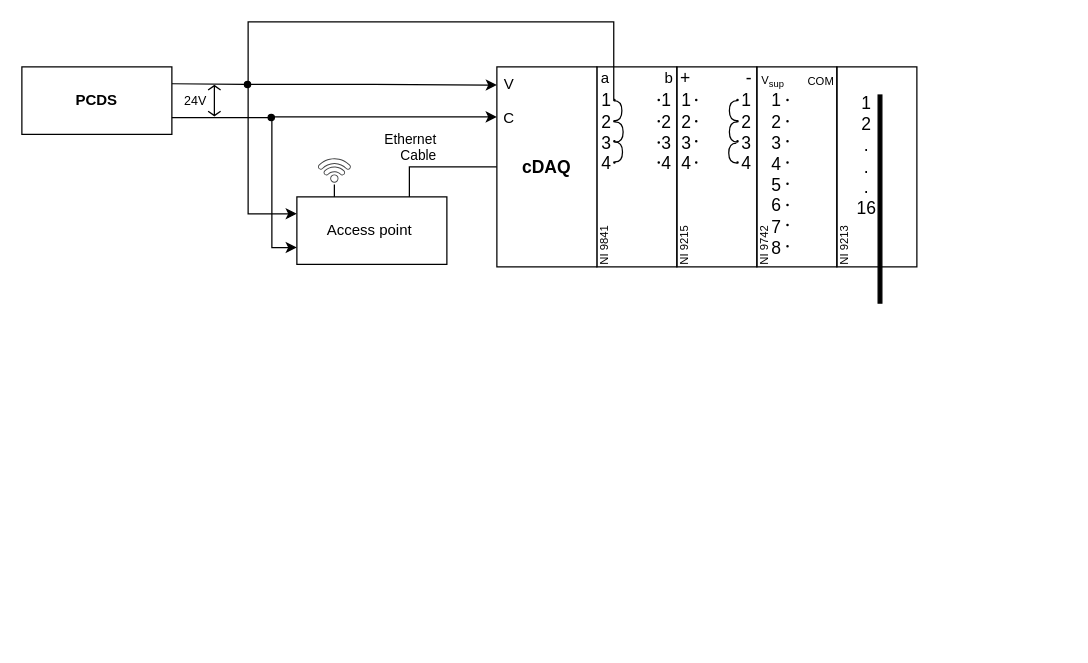
Before: Ele_Layout.drawio in AnuragMTP/Figures-thesis, a draw.io diagram. Source tidied: cells renumbered, new cells numbered last; positions are measured from the earlier drawing's top-left corner, leaving out a move shared by most shapes. Both pictures are drawn from the tidied source at 125%, with x=0, y=0 at pixel (21, 21).
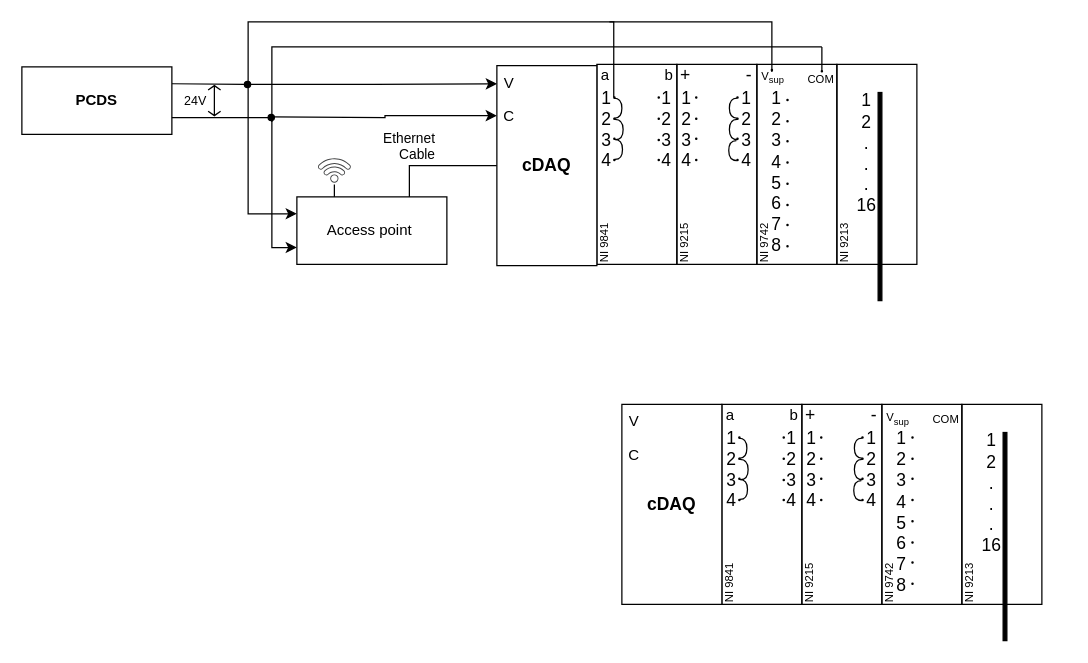
The same page after the edit.

Unchanged cells that the change refers to:
```xml
<mxCell id="17" style="group;" parent="1" vertex="1">
  <mxGeometry x="360" y="30" width="375" height="195" as="geometry" />
</mxCell>
<mxCell id="74" style="group;" parent="73" vertex="1">
  <mxGeometry y="3" width="80" height="161" as="geometry" />
</mxCell>
```

Change to the diagram source:
```diff
@@
     <mxCell id="18" style="group;" parent="17" vertex="1">
-      <mxGeometry width="375" height="195" as="geometry" />
+      <mxGeometry y="-1" width="375" height="195" as="geometry" />
     </mxCell>
     <mxCell id="19" style="group;" parent="18" vertex="1">
-      <mxGeometry x="84" width="291" height="195" as="geometry" />
+      <mxGeometry x="84" y="-1" width="291" height="195" as="geometry" />
     </mxCell>
@@
     <mxCell id="76" value="&lt;div style=&quot;text-align: center; font-size: 9px;&quot;&gt;&lt;span style=&quot;background-color: initial;&quot;&gt;V&lt;/span&gt;&lt;sub style=&quot;background-color: initial;&quot;&gt;sup&lt;/sub&gt;&lt;/div&gt;" style="text;html=1;strokeColor=none;fillColor=none;align=left;verticalAlign=middle;whiteSpace=wrap;rounded=0;" parent="74" vertex="1">
-      <mxGeometry x="18" y="-2" width="48" height="30" as="geometry" />
+      <mxGeometry x="18" y="-3" width="48" height="30" as="geometry" />
     </mxCell>
@@
+    <mxCell id="106" style="ellipse;whiteSpace=wrap;html=1;fillColor=#000000;" parent="74" vertex="1">
+      <mxGeometry x="27.5" y="5" width="1" height="1" as="geometry" />
+    </mxCell>
@@
+    <mxCell id="107" style="group;" parent="1" vertex="1">
+      <mxGeometry x="460" y="300" width="375" height="195" as="geometry" />
+    </mxCell>
+    <mxCell id="108" style="group;" parent="107" vertex="1">
+      <mxGeometry width="375" height="195" as="geometry" />
+    </mxCell>
+    <mxCell id="109" style="group;" parent="108" vertex="1">
+      <mxGeometry x="84" width="291" height="195" as="geometry" />
+    </mxCell>
+    <mxCell id="110" style="group;" parent="109" vertex="1">
+      <mxGeometry width="99" height="166" as="geometry" />
+    </mxCell>
+    <mxCell id="111" style="group;" parent="110" vertex="1">
+      <mxGeometry width="99" height="166" as="geometry" />
+    </mxCell>
+    <mxCell id="112" style="group;" parent="111" vertex="1">
+      <mxGeometry y="5" width="99" height="161" as="geometry" />
+    </mxCell>
+    <mxCell id="113" style="rounded=0;whiteSpace=wrap;html=1;labelPosition=center;verticalLabelPosition=middle;align=center;verticalAlign=middle;fillColor=none;" parent="112" vertex="1">
+      <mxGeometry x="16" y="1" width="64" height="160" as="geometry" />
+    </mxCell>
+    <mxCell id="114" style="group;" parent="112" vertex="1">
+      <mxGeometry x="-1" y="-5" width="98" height="75" as="geometry" />
+    </mxCell>
+    <mxCell id="115" value="&lt;font style=&quot;&quot;&gt;&lt;span style=&quot;font-size: 14px;&quot;&gt;1&lt;/span&gt;&lt;br&gt;&lt;span style=&quot;font-size: 14px;&quot;&gt;2&lt;/span&gt;&lt;br&gt;&lt;span style=&quot;font-size: 14px;&quot;&gt;3&lt;/span&gt;&lt;br&gt;&lt;div style=&quot;text-align: left;&quot;&gt;&lt;span style=&quot;font-size: 14px;&quot;&gt;4&lt;/span&gt;&lt;/div&gt;&lt;/font&gt;" style="text;html=1;strokeColor=none;fillColor=none;align=center;verticalAlign=middle;whiteSpace=wrap;rounded=0;" parent="114" vertex="1">
+      <mxGeometry x="1" y="43" width="48" height="30" as="geometry" />
+    </mxCell>
+    <mxCell id="116" value="a" style="text;html=1;strokeColor=none;fillColor=none;align=center;verticalAlign=middle;whiteSpace=wrap;rounded=0;" parent="114" vertex="1">
+      <mxGeometry width="48" height="30" as="geometry" />
+    </mxCell>
+    <mxCell id="117" value="&lt;font style=&quot;font-size: 14px;&quot;&gt;1&lt;br&gt;2&lt;br&gt;3&lt;br&gt;4&lt;/font&gt;" style="text;html=1;strokeColor=none;fillColor=none;align=center;verticalAlign=middle;whiteSpace=wrap;rounded=0;" parent="114" vertex="1">
+      <mxGeometry x="49" y="43" width="48" height="30" as="geometry" />
+    </mxCell>
+    <mxCell id="118" style="edgeStyle=elbowEdgeStyle;rounded=0;orthogonalLoop=1;jettySize=auto;html=1;exitX=0.75;exitY=0;exitDx=0;exitDy=0;fontSize=14;fontColor=none;endArrow=none;endFill=0;" parent="114" edge="1" source="115" target="115">
+      <mxGeometry relative="1" as="geometry" />
+    </mxCell>
+    <mxCell id="119" style="group;" parent="114" vertex="1">
+      <mxGeometry x="30.5" y="32" width="1" height="51" as="geometry" />
+    </mxCell>
+    <mxCell id="120" style="group;" parent="119" vertex="1">
+      <mxGeometry width="1" height="18" as="geometry" />
+    </mxCell>
+    <mxCell id="121" style="ellipse;whiteSpace=wrap;html=1;fillColor=#000000;" parent="120" vertex="1">
+      <mxGeometry width="1" height="1" as="geometry" />
+    </mxCell>
+    <mxCell id="122" style="ellipse;whiteSpace=wrap;html=1;fillColor=#000000;" parent="120" vertex="1">
+      <mxGeometry y="17" width="1" height="1" as="geometry" />
+    </mxCell>
+    <mxCell id="123" style="edgeStyle=orthogonalEdgeStyle;curved=1;rounded=0;jettySize=auto;html=1;exitX=1;exitY=0;exitDx=0;exitDy=0;entryX=0.5;entryY=1;entryDx=0;entryDy=0;fontSize=14;fontColor=none;endArrow=none;endFill=0;" parent="119" edge="1" source="124" target="125">
+      <mxGeometry relative="1" as="geometry">
+        <Array as="points">
+          <mxPoint x="7" y="50" />
+          <mxPoint x="7" y="34" />
+        </Array>
+      </mxGeometry>
+    </mxCell>
+    <mxCell id="124" style="ellipse;whiteSpace=wrap;html=1;fillColor=#000000;" parent="119" vertex="1">
+      <mxGeometry y="50" width="1" height="1" as="geometry" />
+    </mxCell>
+    <mxCell id="125" style="ellipse;whiteSpace=wrap;html=1;fillColor=#000000;" parent="119" vertex="1">
+      <mxGeometry y="33" width="1" height="1" as="geometry" />
+    </mxCell>
+    <mxCell id="126" style="edgeStyle=orthogonalEdgeStyle;curved=1;rounded=0;orthogonalLoop=1;jettySize=auto;html=1;exitX=1;exitY=0;exitDx=0;exitDy=0;entryX=0.5;entryY=1;entryDx=0;entryDy=0;fontSize=14;fontColor=none;endArrow=none;endFill=0;" parent="114" edge="1">
+      <mxGeometry relative="1" as="geometry">
+        <mxPoint x="31.9" y="66.1" as="sourcePoint" />
+        <mxPoint x="31.5" y="49.9" as="targetPoint" />
+        <Array as="points">
+          <mxPoint x="38" y="65.9" />
+          <mxPoint x="38" y="49.9" />
+        </Array>
+      </mxGeometry>
+    </mxCell>
+    <mxCell id="127" style="edgeStyle=orthogonalEdgeStyle;curved=1;rounded=0;orthogonalLoop=1;jettySize=auto;html=1;exitX=1;exitY=0;exitDx=0;exitDy=0;entryX=0.5;entryY=1;entryDx=0;entryDy=0;fontSize=14;fontColor=none;endArrow=none;endFill=0;" parent="114" edge="1">
+      <mxGeometry relative="1" as="geometry">
+        <mxPoint x="30.9" y="49.1" as="sourcePoint" />
+        <mxPoint x="30.5" y="33" as="targetPoint" />
+        <Array as="points">
+          <mxPoint x="37" y="49" />
+          <mxPoint x="37" y="33" />
+        </Array>
+      </mxGeometry>
+    </mxCell>
+    <mxCell id="128" value="&lt;font style=&quot;font-size: 9px;&quot;&gt;NI 9841&lt;/font&gt;" style="text;html=1;strokeColor=none;fillColor=none;align=center;verticalAlign=top;whiteSpace=wrap;rounded=0;fontSize=12;fontColor=none;rotation=270;flipV=1;flipH=1;direction=west;horizontal=1;textDirection=ltr;" parent="112" vertex="1">
+      <mxGeometry x="-8" y="129" width="60" height="30" as="geometry" />
+    </mxCell>
+    <mxCell id="129" style="group;" parent="112" vertex="1">
+      <mxGeometry x="65" y="27" width="1" height="51" as="geometry" />
+    </mxCell>
+    <mxCell id="130" style="group;" parent="129" vertex="1">
+      <mxGeometry width="1" height="18" as="geometry" />
+    </mxCell>
+    <mxCell id="131" style="ellipse;whiteSpace=wrap;html=1;fillColor=#000000;" parent="130" vertex="1">
+      <mxGeometry width="1" height="1" as="geometry" />
+    </mxCell>
+    <mxCell id="132" style="ellipse;whiteSpace=wrap;html=1;fillColor=#000000;" parent="130" vertex="1">
+      <mxGeometry y="17" width="1" height="1" as="geometry" />
+    </mxCell>
+    <mxCell id="133" style="ellipse;whiteSpace=wrap;html=1;fillColor=#000000;" parent="129" vertex="1">
+      <mxGeometry y="50" width="1" height="1" as="geometry" />
+    </mxCell>
+    <mxCell id="134" style="ellipse;whiteSpace=wrap;html=1;fillColor=#000000;" parent="129" vertex="1">
+      <mxGeometry y="34" width="1" height="1" as="geometry" />
+    </mxCell>
+    <mxCell id="135" value="b" style="text;html=1;strokeColor=none;fillColor=none;align=center;verticalAlign=middle;whiteSpace=wrap;rounded=0;" parent="111" vertex="1">
+      <mxGeometry x="50" width="48" height="30" as="geometry" />
+    </mxCell>
+    <mxCell id="136" style="group;" parent="109" vertex="1">
+      <mxGeometry x="64" width="99" height="185" as="geometry" />
+    </mxCell>
+    <mxCell id="137" style="group;" parent="136" vertex="1">
+      <mxGeometry width="99" height="185" as="geometry" />
+    </mxCell>
+    <mxCell id="138" style="group;" parent="137" vertex="1">
+      <mxGeometry y="5" width="99" height="180" as="geometry" />
+    </mxCell>
+    <mxCell id="139" style="rounded=0;whiteSpace=wrap;html=1;labelPosition=center;verticalLabelPosition=middle;align=center;verticalAlign=middle;fillColor=none;" parent="138" vertex="1">
+      <mxGeometry x="16" y="1" width="64" height="160" as="geometry" />
+    </mxCell>
+    <mxCell id="140" style="group;" parent="138" vertex="1">
+      <mxGeometry x="-1" y="-5" width="98" height="75" as="geometry" />
+    </mxCell>
+    <mxCell id="141" value="&lt;font style=&quot;&quot;&gt;&lt;span style=&quot;font-size: 14px;&quot;&gt;1&lt;/span&gt;&lt;br&gt;&lt;span style=&quot;font-size: 14px;&quot;&gt;2&lt;/span&gt;&lt;br&gt;&lt;span style=&quot;font-size: 14px;&quot;&gt;3&lt;/span&gt;&lt;br&gt;&lt;div style=&quot;text-align: left;&quot;&gt;&lt;span style=&quot;font-size: 14px;&quot;&gt;4&lt;/span&gt;&lt;/div&gt;&lt;/font&gt;" style="text;html=1;strokeColor=none;fillColor=none;align=center;verticalAlign=middle;whiteSpace=wrap;rounded=0;" parent="140" vertex="1">
+      <mxGeometry x="1" y="43" width="48" height="30" as="geometry" />
+    </mxCell>
+    <mxCell id="142" value="&lt;font style=&quot;font-size: 14px;&quot;&gt;+&lt;/font&gt;" style="text;html=1;strokeColor=none;fillColor=none;align=center;verticalAlign=middle;whiteSpace=wrap;rounded=0;" parent="140" vertex="1">
+      <mxGeometry width="48" height="30" as="geometry" />
+    </mxCell>
+    <mxCell id="143" value="&lt;font style=&quot;font-size: 14px;&quot;&gt;1&lt;br&gt;2&lt;br&gt;3&lt;br&gt;4&lt;/font&gt;" style="text;html=1;strokeColor=none;fillColor=none;align=center;verticalAlign=middle;whiteSpace=wrap;rounded=0;" parent="140" vertex="1">
+      <mxGeometry x="49" y="43" width="48" height="30" as="geometry" />
+    </mxCell>
+    <mxCell id="144" style="edgeStyle=elbowEdgeStyle;rounded=0;orthogonalLoop=1;jettySize=auto;html=1;exitX=0.75;exitY=0;exitDx=0;exitDy=0;fontSize=14;fontColor=none;endArrow=none;endFill=0;" parent="140" edge="1" source="141" target="141">
+      <mxGeometry relative="1" as="geometry" />
+    </mxCell>
+    <mxCell id="145" style="edgeStyle=orthogonalEdgeStyle;curved=1;rounded=0;orthogonalLoop=1;jettySize=auto;html=1;exitX=1;exitY=0;exitDx=0;exitDy=0;entryX=0.5;entryY=1;entryDx=0;entryDy=0;fontSize=14;fontColor=none;endArrow=none;endFill=0;" parent="140" edge="1">
+      <mxGeometry relative="1" as="geometry">
+        <mxPoint x="65.1" y="49.9" as="sourcePoint" />
+        <mxPoint x="65.5" y="66.1" as="targetPoint" />
+        <Array as="points">
+          <mxPoint x="59" y="50.1" />
+          <mxPoint x="59" y="66.1" />
+        </Array>
+      </mxGeometry>
+    </mxCell>
+    <mxCell id="146" value="&lt;font style=&quot;font-size: 9px;&quot;&gt;NI 9215&lt;/font&gt;" style="text;html=1;strokeColor=none;fillColor=none;align=center;verticalAlign=top;whiteSpace=wrap;rounded=0;fontSize=12;fontColor=none;rotation=270;flipV=1;flipH=1;direction=west;horizontal=1;textDirection=ltr;" parent="138" vertex="1">
+      <mxGeometry x="-8" y="129" width="60" height="30" as="geometry" />
+    </mxCell>
+    <mxCell id="147" style="group;" parent="138" vertex="1">
+      <mxGeometry x="31" y="27" width="1" height="51" as="geometry" />
+    </mxCell>
+    <mxCell id="148" style="group;" parent="147" vertex="1">
+      <mxGeometry width="1" height="18" as="geometry" />
+    </mxCell>
+    <mxCell id="149" style="ellipse;whiteSpace=wrap;html=1;fillColor=#000000;" parent="148" vertex="1">
+      <mxGeometry width="1" height="1" as="geometry" />
+    </mxCell>
+    <mxCell id="150" style="ellipse;whiteSpace=wrap;html=1;fillColor=#000000;" parent="148" vertex="1">
+      <mxGeometry y="17" width="1" height="1" as="geometry" />
+    </mxCell>
+    <mxCell id="151" style="ellipse;whiteSpace=wrap;html=1;fillColor=#000000;" parent="147" vertex="1">
+      <mxGeometry y="50" width="1" height="1" as="geometry" />
+    </mxCell>
+    <mxCell id="152" style="ellipse;whiteSpace=wrap;html=1;fillColor=#000000;" parent="147" vertex="1">
+      <mxGeometry y="33" width="1" height="1" as="geometry" />
+    </mxCell>
+    <mxCell id="153" style="edgeStyle=orthogonalEdgeStyle;curved=1;rounded=0;orthogonalLoop=1;jettySize=auto;html=1;exitX=1;exitY=0;exitDx=0;exitDy=0;entryX=0.5;entryY=1;entryDx=0;entryDy=0;fontSize=14;fontColor=none;endArrow=none;endFill=0;" parent="138" edge="1">
+      <mxGeometry relative="1" as="geometry">
+        <mxPoint x="64.1" y="28" as="sourcePoint" />
+        <mxPoint x="64.5" y="44.1" as="targetPoint" />
+        <Array as="points">
+          <mxPoint x="58" y="28.1" />
+          <mxPoint x="58" y="44.1" />
+        </Array>
+      </mxGeometry>
+    </mxCell>
+    <mxCell id="154" value="&lt;font style=&quot;font-size: 14px;&quot;&gt;-&lt;/font&gt;" style="text;html=1;strokeColor=none;fillColor=none;align=center;verticalAlign=middle;whiteSpace=wrap;rounded=0;" parent="137" vertex="1">
+      <mxGeometry x="50" width="48" height="30" as="geometry" />
+    </mxCell>
+    <mxCell id="155" style="group;" parent="109" vertex="1">
+      <mxGeometry x="192" width="99" height="195" as="geometry" />
+    </mxCell>
+    <mxCell id="156" style="group;" parent="155" vertex="1">
+      <mxGeometry width="99" height="195" as="geometry" />
+    </mxCell>
+    <mxCell id="157" style="group;" parent="156" vertex="1">
+      <mxGeometry y="5" width="99" height="190" as="geometry" />
+    </mxCell>
+    <mxCell id="158" value="&lt;font style=&quot;font-size: 9px;&quot;&gt;NI 9213&lt;/font&gt;" style="text;html=1;strokeColor=none;fillColor=none;align=center;verticalAlign=top;whiteSpace=wrap;rounded=0;fontSize=12;fontColor=none;rotation=270;flipV=1;flipH=1;direction=west;horizontal=1;textDirection=ltr;" parent="157" vertex="1">
+      <mxGeometry x="-8" y="129" width="60" height="30" as="geometry" />
+    </mxCell>
+    <mxCell id="159" value="&lt;font style=&quot;font-size: 14px;&quot;&gt;1&lt;br&gt;2&lt;br&gt;.&lt;br&gt;.&lt;br&gt;.&lt;br&gt;16&lt;br&gt;&lt;/font&gt;" style="text;html=1;strokeColor=none;fillColor=none;align=center;verticalAlign=middle;whiteSpace=wrap;rounded=0;" parent="157" vertex="1">
+      <mxGeometry x="16" y="56.5" width="48" height="30" as="geometry" />
+    </mxCell>
+    <mxCell id="160" style="group;" parent="157" vertex="1">
+      <mxGeometry x="16" y="1" width="64" height="189" as="geometry" />
+    </mxCell>
+    <mxCell id="161" style="rounded=0;whiteSpace=wrap;html=1;labelPosition=center;verticalLabelPosition=middle;align=center;verticalAlign=middle;fillColor=none;" parent="160" vertex="1">
+      <mxGeometry width="64" height="160" as="geometry" />
+    </mxCell>
+    <mxCell id="162" style="rounded=0;whiteSpace=wrap;html=1;fontSize=14;fontColor=none;fillColor=#000000;gradientColor=none;" parent="160" vertex="1">
+      <mxGeometry x="33" y="22.5" width="3" height="166.5" as="geometry" />
+    </mxCell>
+    <mxCell id="163" style="group;" parent="109" vertex="1">
+      <mxGeometry x="128" y="2" width="103" height="164" as="geometry" />
+    </mxCell>
+    <mxCell id="164" style="group;" parent="163" vertex="1">
+      <mxGeometry y="3" width="80" height="161" as="geometry" />
+    </mxCell>
+    <mxCell id="165" style="rounded=0;whiteSpace=wrap;html=1;labelPosition=center;verticalLabelPosition=middle;align=center;verticalAlign=middle;fillColor=none;" parent="164" vertex="1">
+      <mxGeometry x="16" y="1" width="64" height="160" as="geometry" />
+    </mxCell>
+    <mxCell id="166" value="&lt;div style=&quot;text-align: center; font-size: 9px;&quot;&gt;&lt;span style=&quot;background-color: initial;&quot;&gt;V&lt;/span&gt;&lt;sub style=&quot;background-color: initial;&quot;&gt;sup&lt;/sub&gt;&lt;/div&gt;" style="text;html=1;strokeColor=none;fillColor=none;align=left;verticalAlign=middle;whiteSpace=wrap;rounded=0;" parent="164" vertex="1">
+      <mxGeometry x="18" y="-2" width="48" height="30" as="geometry" />
+    </mxCell>
+    <mxCell id="167" value="&lt;font style=&quot;font-size: 14px;&quot;&gt;1&lt;br&gt;2&lt;br&gt;3&lt;br&gt;4&lt;br&gt;5&lt;br&gt;6&lt;br&gt;7&lt;br&gt;8&lt;br&gt;&lt;/font&gt;" style="text;html=1;strokeColor=none;fillColor=none;align=center;verticalAlign=middle;whiteSpace=wrap;rounded=0;" parent="164" vertex="1">
+      <mxGeometry x="8" y="72" width="48" height="30" as="geometry" />
+    </mxCell>
+    <mxCell id="168" style="edgeStyle=elbowEdgeStyle;rounded=0;orthogonalLoop=1;jettySize=auto;html=1;exitX=0.75;exitY=0;exitDx=0;exitDy=0;fontSize=14;fontColor=none;endArrow=none;endFill=0;" parent="164" edge="1" source="167" target="167">
+      <mxGeometry relative="1" as="geometry" />
+    </mxCell>
+    <mxCell id="169" value="&lt;font style=&quot;font-size: 9px;&quot;&gt;NI 9742&lt;/font&gt;" style="text;html=1;strokeColor=none;fillColor=none;align=center;verticalAlign=top;whiteSpace=wrap;rounded=0;fontSize=12;fontColor=none;rotation=270;flipV=1;flipH=1;direction=west;horizontal=1;textDirection=ltr;" parent="164" vertex="1">
+      <mxGeometry x="-8" y="129" width="60" height="30" as="geometry" />
+    </mxCell>
+    <mxCell id="170" style="group;" parent="164" vertex="1">
+      <mxGeometry y="27" width="1" height="51" as="geometry" />
+    </mxCell>
+    <mxCell id="171" style="group;" parent="170" vertex="1">
+      <mxGeometry width="1" height="18" as="geometry" />
+    </mxCell>
+    <mxCell id="172" style="ellipse;whiteSpace=wrap;html=1;fillColor=#000000;" parent="171" vertex="1">
+      <mxGeometry width="1" height="1" as="geometry" />
+    </mxCell>
+    <mxCell id="173" style="ellipse;whiteSpace=wrap;html=1;fillColor=#000000;" parent="171" vertex="1">
+      <mxGeometry y="17" width="1" height="1" as="geometry" />
+    </mxCell>
+    <mxCell id="174" style="ellipse;whiteSpace=wrap;html=1;fillColor=#000000;" parent="170" vertex="1">
+      <mxGeometry y="50" width="1" height="1" as="geometry" />
+    </mxCell>
+    <mxCell id="175" style="ellipse;whiteSpace=wrap;html=1;fillColor=#000000;" parent="170" vertex="1">
+      <mxGeometry y="33" width="1" height="1" as="geometry" />
+    </mxCell>
+    <mxCell id="176" style="edgeStyle=orthogonalEdgeStyle;curved=1;rounded=0;orthogonalLoop=1;jettySize=auto;html=1;exitX=1;exitY=0;exitDx=0;exitDy=0;entryX=0.5;entryY=1;entryDx=0;entryDy=0;fontSize=14;fontColor=none;endArrow=none;endFill=0;" parent="170" edge="1">
+      <mxGeometry relative="1" as="geometry">
+        <mxPoint x="-0.4" y="34.9" as="sourcePoint" />
+        <mxPoint y="51" as="targetPoint" />
+        <Array as="points">
+          <mxPoint x="-6.5" y="34.9" />
+          <mxPoint x="-6.5" y="50.9" />
+        </Array>
+      </mxGeometry>
+    </mxCell>
+    <mxCell id="177" value="&lt;div style=&quot;text-align: center;&quot;&gt;&lt;font style=&quot;font-size: 9px;&quot;&gt;COM&lt;/font&gt;&lt;/div&gt;" style="text;html=1;strokeColor=none;fillColor=none;align=left;verticalAlign=middle;whiteSpace=wrap;rounded=0;" parent="163" vertex="1">
+      <mxGeometry x="55" width="48" height="30" as="geometry" />
+    </mxCell>
+    <mxCell id="178" style="group;" parent="108" vertex="1">
+      <mxGeometry y="5" width="100" height="161" as="geometry" />
+    </mxCell>
+    <mxCell id="179" value="&lt;span style=&quot;font-size: 14px;&quot;&gt;&lt;b&gt;cDAQ&lt;/b&gt;&lt;/span&gt;" style="rounded=0;whiteSpace=wrap;html=1;labelPosition=center;verticalLabelPosition=middle;align=center;verticalAlign=middle;" parent="178" vertex="1">
+      <mxGeometry x="20" y="1" width="80" height="160" as="geometry" />
+    </mxCell>
+    <mxCell id="180" value="V" style="text;html=1;strokeColor=none;fillColor=none;align=center;verticalAlign=middle;whiteSpace=wrap;rounded=0;" parent="178" vertex="1">
+      <mxGeometry width="60" height="30" as="geometry" />
+    </mxCell>
+    <mxCell id="181" value="C" style="text;html=1;strokeColor=none;fillColor=none;align=center;verticalAlign=middle;whiteSpace=wrap;rounded=0;" parent="178" vertex="1">
+      <mxGeometry y="27" width="60" height="30" as="geometry" />
+    </mxCell>
+    <mxCell id="182" style="group;" parent="107" vertex="1">
+      <mxGeometry x="252" y="32" height="117" as="geometry" />
+    </mxCell>
+    <mxCell id="183" style="group;" parent="182" vertex="1">
+      <mxGeometry height="50" as="geometry" />
+    </mxCell>
+    <mxCell id="184" style="group;" parent="183" vertex="1">
+      <mxGeometry width="1" height="18" as="geometry" />
+    </mxCell>
+    <mxCell id="185" style="ellipse;whiteSpace=wrap;html=1;fillColor=#000000;" parent="184" vertex="1">
+      <mxGeometry width="1" height="1" as="geometry" />
+    </mxCell>
+    <mxCell id="186" style="ellipse;whiteSpace=wrap;html=1;fillColor=#000000;" parent="184" vertex="1">
+      <mxGeometry y="17" width="1" height="1" as="geometry" />
+    </mxCell>
+    <mxCell id="187" style="ellipse;whiteSpace=wrap;html=1;fillColor=#000000;" parent="183" vertex="1">
+      <mxGeometry y="50" width="1" height="1" as="geometry" />
+    </mxCell>
+    <mxCell id="188" style="ellipse;whiteSpace=wrap;html=1;fillColor=#000000;" parent="183" vertex="1">
+      <mxGeometry y="33" width="1" height="1" as="geometry" />
+    </mxCell>
+    <mxCell id="189" style="group;" parent="182" vertex="1">
+      <mxGeometry y="67" height="50" as="geometry" />
+    </mxCell>
+    <mxCell id="190" style="group;" parent="189" vertex="1">
+      <mxGeometry width="1" height="18" as="geometry" />
+    </mxCell>
+    <mxCell id="191" style="ellipse;whiteSpace=wrap;html=1;fillColor=#000000;" parent="190" vertex="1">
+      <mxGeometry width="1" height="1" as="geometry" />
+    </mxCell>
+    <mxCell id="192" style="ellipse;whiteSpace=wrap;html=1;fillColor=#000000;" parent="190" vertex="1">
+      <mxGeometry y="17" width="1" height="1" as="geometry" />
+    </mxCell>
+    <mxCell id="193" style="ellipse;whiteSpace=wrap;html=1;fillColor=#000000;" parent="189" vertex="1">
+      <mxGeometry y="50" width="1" height="1" as="geometry" />
+    </mxCell>
+    <mxCell id="194" style="ellipse;whiteSpace=wrap;html=1;fillColor=#000000;" parent="189" vertex="1">
+      <mxGeometry y="33" width="1" height="1" as="geometry" />
+    </mxCell>
+    <mxCell id="195" style="edgeStyle=none;rounded=0;orthogonalLoop=1;jettySize=auto;html=1;exitX=0.5;exitY=0.146;exitDx=0;exitDy=0;fontSize=14;fontColor=none;endArrow=none;endFill=0;exitPerimeter=0;" parent="1" edge="1">
+      <mxGeometry relative="1" as="geometry">
+        <mxPoint x="640" y="39.1" as="sourcePoint" />
+        <mxPoint x="640" y="20" as="targetPoint" />
+      </mxGeometry>
+    </mxCell>
+    <mxCell id="196" style="ellipse;whiteSpace=wrap;html=1;fillColor=#000000;" parent="1" vertex="1">
+      <mxGeometry x="639.5" y="39" width="1" height="1" as="geometry" />
+    </mxCell>
+    <mxCell id="197" style="edgeStyle=none;rounded=0;orthogonalLoop=1;jettySize=auto;html=1;fontSize=14;fontColor=none;endArrow=none;endFill=0;" parent="1" edge="1">
+      <mxGeometry relative="1" as="geometry">
+        <mxPoint x="600" y="40" as="sourcePoint" />
+        <mxPoint x="470" as="targetPoint" />
+        <Array as="points">
+          <mxPoint x="600" y="20" />
+          <mxPoint x="600" />
+        </Array>
+      </mxGeometry>
+    </mxCell>
+    <mxCell id="198" style="edgeStyle=elbowEdgeStyle;rounded=0;orthogonalLoop=1;jettySize=auto;html=1;fontSize=14;fontColor=none;endArrow=none;endFill=0;" parent="1" edge="1">
+      <mxGeometry relative="1" as="geometry">
+        <mxPoint x="640" y="20" as="sourcePoint" />
+        <mxPoint x="200" y="80" as="targetPoint" />
+        <Array as="points">
+          <mxPoint x="200" y="44" />
+          <mxPoint x="200" y="10" />
+        </Array>
+      </mxGeometry>
+    </mxCell>
```
